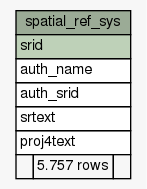
B3Partners/brmo keeps this Graphviz diagram as datamodel/schemaspy/diagrams/summary/spatial_ref_sys.1degree.png. Above is the earlier version. Its source is kept beside it as datamodel/schemaspy/diagrams/summary/spatial_ref_sys.1degree.dot. Its diagram source:
```dot
digraph "spatial_ref_sys" {
  graph [
    rankdir="RL"
    bgcolor="#f7f7f7"
    nodesep="0.18"
    ranksep="0.46"
    fontname="Helvetica"
    fontsize="11"
  ];
  node [
    fontname="Helvetica"
    fontsize="11"
    shape="plaintext"
  ];
  edge [
    arrowsize="0.8"
  ];
  "spatial_ref_sys" [
    label=<
    <TABLE BORDER="0" CELLBORDER="1" CELLSPACING="0" BGCOLOR="#ffffff">
      <TR><TD COLSPAN="3" BGCOLOR="#9bab96" ALIGN="CENTER">spatial_ref_sys</TD></TR>
      <TR><TD PORT="srid" COLSPAN="3" BGCOLOR="#bed1b8" ALIGN="LEFT">srid</TD></TR>
      <TR><TD PORT="auth_name" COLSPAN="3" ALIGN="LEFT">auth_name</TD></TR>
      <TR><TD PORT="auth_srid" COLSPAN="3" ALIGN="LEFT">auth_srid</TD></TR>
      <TR><TD PORT="srtext" COLSPAN="3" ALIGN="LEFT">srtext</TD></TR>
      <TR><TD PORT="proj4text" COLSPAN="3" ALIGN="LEFT">proj4text</TD></TR>
      <TR><TD ALIGN="LEFT" BGCOLOR="#f7f7f7">  </TD><TD ALIGN="RIGHT" BGCOLOR="#f7f7f7">5.757 rows</TD><TD ALIGN="RIGHT" BGCOLOR="#f7f7f7">  </TD></TR>
    </TABLE>>
    URL="tables/spatial_ref_sys.html"
    tooltip="spatial_ref_sys"
  ];
}
```
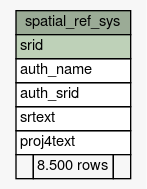
The same diagram one commit later.

Diff of the diagram source:
```diff
@@ -24,7 +24,7 @@
       <TR><TD PORT="auth_srid" COLSPAN="3" ALIGN="LEFT">auth_srid</TD></TR>
       <TR><TD PORT="srtext" COLSPAN="3" ALIGN="LEFT">srtext</TD></TR>
       <TR><TD PORT="proj4text" COLSPAN="3" ALIGN="LEFT">proj4text</TD></TR>
-      <TR><TD ALIGN="LEFT" BGCOLOR="#f7f7f7">  </TD><TD ALIGN="RIGHT" BGCOLOR="#f7f7f7">5.757 rows</TD><TD ALIGN="RIGHT" BGCOLOR="#f7f7f7">  </TD></TR>
+      <TR><TD ALIGN="LEFT" BGCOLOR="#f7f7f7">  </TD><TD ALIGN="RIGHT" BGCOLOR="#f7f7f7">8.500 rows</TD><TD ALIGN="RIGHT" BGCOLOR="#f7f7f7">  </TD></TR>
     </TABLE>>
     URL="tables/spatial_ref_sys.html"
     tooltip="spatial_ref_sys"
```
